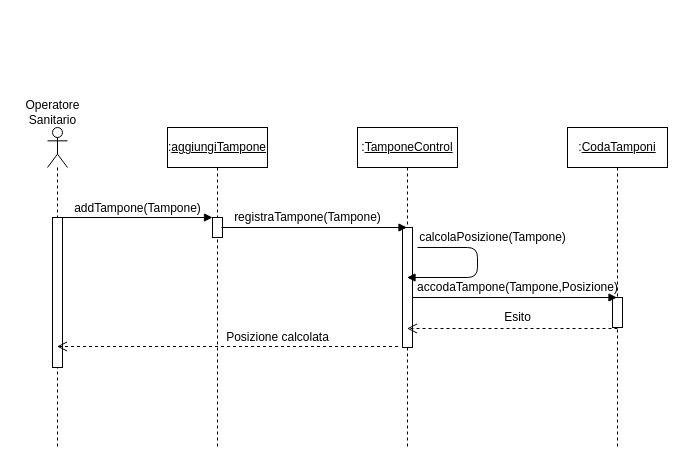
Above: page "UCI_01 Sequence" (3 of 4) of Diagrammi/Sequence Diagram.drawio in lorycris99/Team-HILO (draw.io), before the change. Source tidied: cells renumbered, new cells numbered last; positions are measured from the earlier drawing's top-left corner, leaving out a move shared by most shapes. Both pictures are drawn from the tidied source at 100%, with x=0, y=0 at pixel (17, 97).
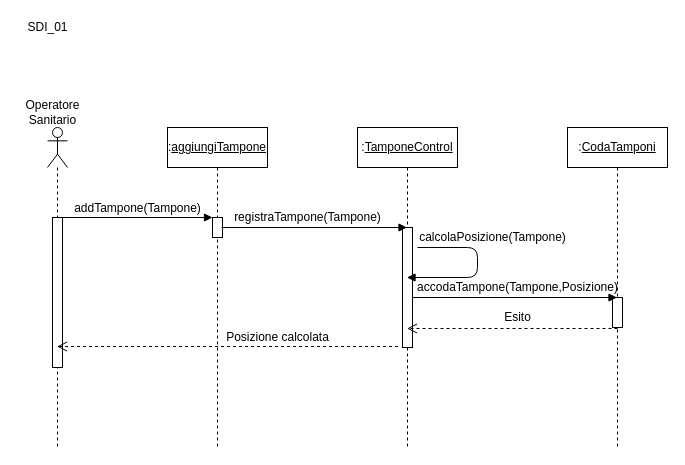
After the change.

The edit, as a diff of the source:
```diff
@@
+    <mxCell id="24" value="SDI_01" style="text;html=1;align=center;verticalAlign=middle;" parent="1" vertex="1">
+      <mxGeometry y="-80" width="60" height="20" as="geometry" />
+    </mxCell>
```
